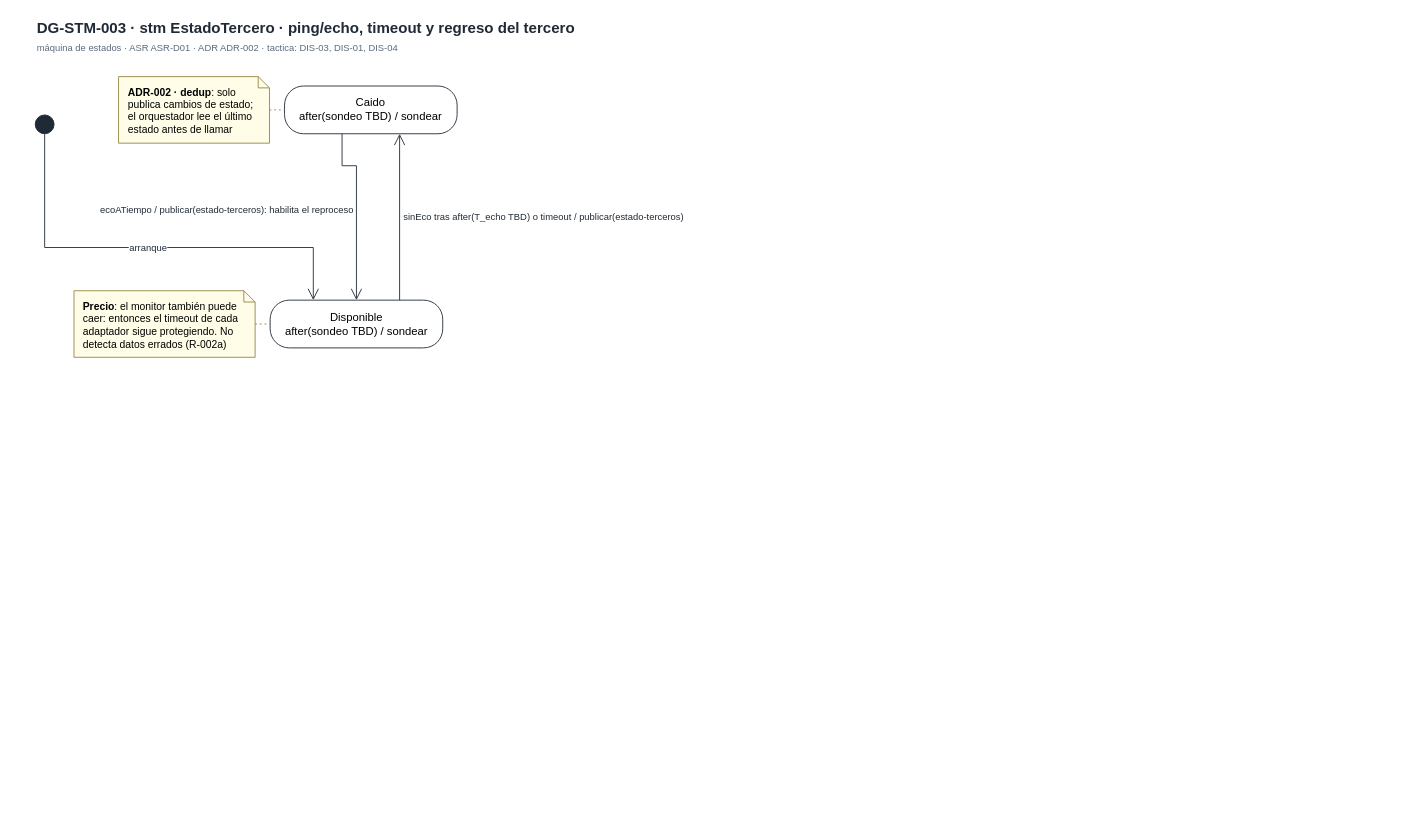
MATI-MBIT/arqsoft-reto-4 keeps this draw.io diagram as page "DG-STM-003 · Estado de un tercero en el monitor" (5 of 5) of docs/modelos/drawio/vista-informacion.drawio. Above is the earlier version. Source tidied: cells renumbered, new cells numbered last; positions are measured from the earlier drawing's top-left corner, leaving out a move shared by most shapes. Both pictures are drawn from the tidied source at 94%, with x=0, y=0 at pixel (35, 16).
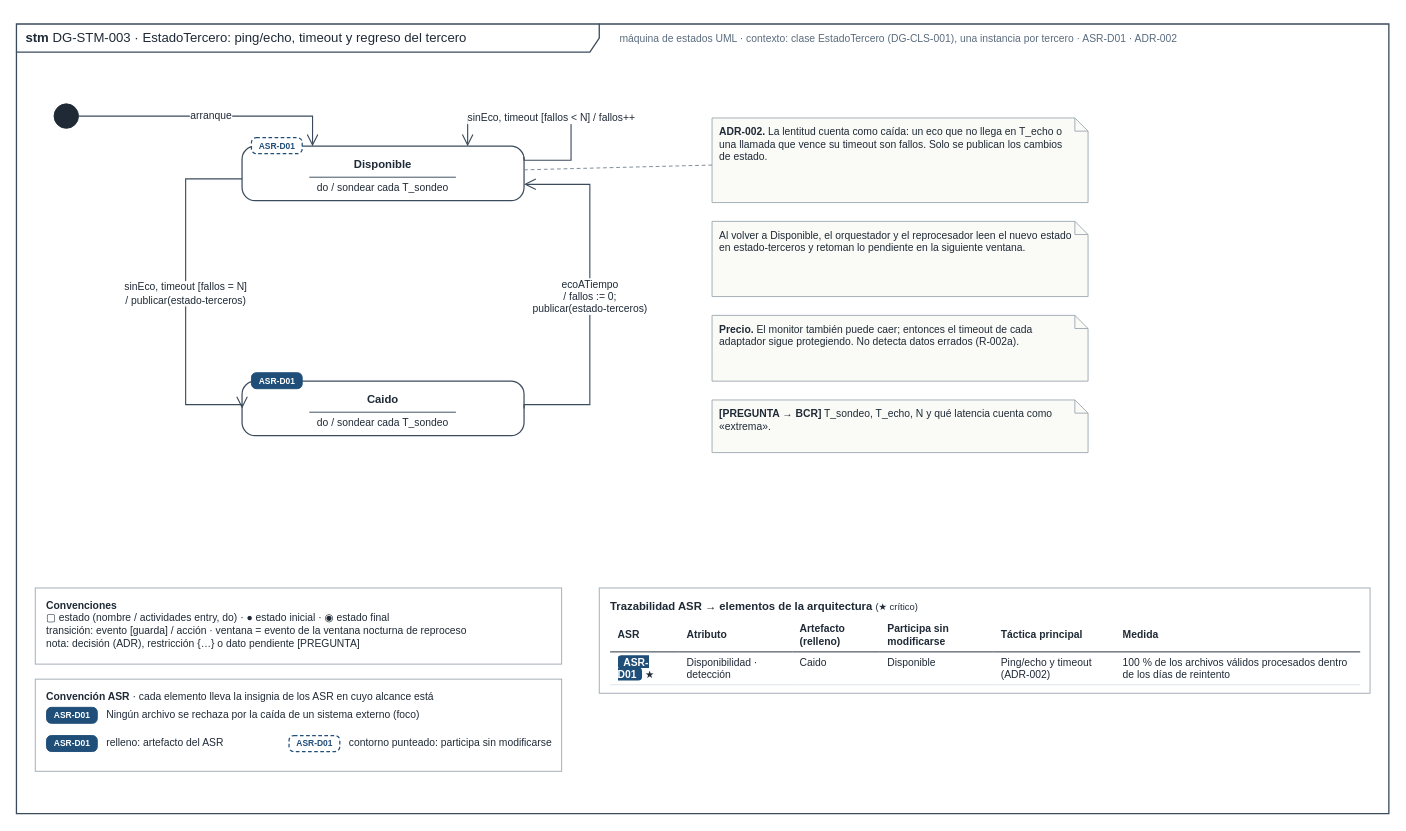
The same diagram, later.

Commit message (it also covers changes not shown here):
Vista de información alineada con DG-CMP-003: modelo canónico, persistencia y máquinas de estado corregidas

Diff of the diagram source:
```diff
@@
-    <mxCell id="2" value="&lt;b&gt;DG-STM-003&lt;/b&gt; · stm EstadoTercero · ping/echo, timeout y regreso del tercero" style="text;html=1;align=left;verticalAlign=middle;fontSize=16;fontStyle=1;fontColor=#1F2A36;" parent="1" vertex="1">
-      <mxGeometry width="607.8" height="24" as="geometry" />
-    </mxCell>
-    <mxCell id="3" value="máquina de estados · ASR ASR-D01 · ADR ADR-002 · tactica: DIS-03, DIS-01, DIS-04" style="text;html=1;align=left;verticalAlign=middle;fontSize=10;fontColor=#5A6B7D;" parent="1" vertex="1">
-      <mxGeometry y="26" width="607.8" height="14" as="geometry" />
-    </mxCell>
-    <mxCell id="4" style="ellipse;html=1;fillColor=#1F2A36;strokeColor=#1F2A36;fila=C9;" parent="1" vertex="1">
-      <mxGeometry y="104.8" width="20" height="20" as="geometry" />
-    </mxCell>
-    <mxCell id="5" value="Disponible&lt;br&gt;after(sondeo TBD) / sondear" style="rounded=1;arcSize=40;whiteSpace=wrap;html=1;fontSize=12;fillColor=#FFFFFF;strokeColor=#2B3642;fila=C4;" parent="1" vertex="1">
-      <mxGeometry x="249.9" y="301.8" width="183.6" height="50.8" as="geometry" />
-    </mxCell>
-    <mxCell id="6" value="Caido&lt;br&gt;after(sondeo TBD) / sondear" style="rounded=1;arcSize=40;whiteSpace=wrap;html=1;fontSize=12;fillColor=#FFFFFF;strokeColor=#2B3642;fila=C4;" parent="1" vertex="1">
-      <mxGeometry x="265.2" y="74" width="183.6" height="50.8" as="geometry" />
-    </mxCell>
-    <mxCell id="7" value="&lt;b&gt;ADR-002 · dedup&lt;/b&gt;: solo&lt;br&gt;publica cambios de estado;&lt;br&gt;el orquestador lee el último&lt;br&gt;estado antes de llamar" style="shape=note;html=1;size=12;fontSize=11;align=left;verticalAlign=top;spacingLeft=8;spacingRight=14;spacingTop=4;fillColor=#FFFDE7;strokeColor=#9A8B4F;fila=C11;" parent="1" vertex="1">
-      <mxGeometry x="88.6" y="64" width="160.6" height="70.8" as="geometry" />
-    </mxCell>
-    <mxCell id="8" value="&lt;b&gt;Precio&lt;/b&gt;: el monitor también puede&lt;br&gt;caer: entonces el timeout de cada&lt;br&gt;adaptador sigue protegiendo. No&lt;br&gt;detecta datos errados (R-002a)" style="shape=note;html=1;size=12;fontSize=11;align=left;verticalAlign=top;spacingLeft=8;spacingRight=14;spacingTop=4;fillColor=#FFFDE7;strokeColor=#9A8B4F;fila=C11;" parent="1" vertex="1">
-      <mxGeometry x="41.2" y="291.8" width="192.7" height="70.8" as="geometry" />
-    </mxCell>
+    <mxCell id="14" value="&lt;b&gt;stm&lt;/b&gt; DG-STM-003 · EstadoTercero: ping/echo, timeout y regreso del tercero" style="shape=umlFrame;whiteSpace=wrap;html=1;width=620;height=30;boundedLbl=1;verticalAlign=middle;align=left;spacingLeft=8;fillColor=#FFFFFF;strokeColor=#3B4B5C;strokeWidth=1.4;fontSize=14;fontFamily=Helvetica;fontColor=#1F2A36;" parent="1" vertex="1">
+      <mxGeometry x="-20" y="8" width="1460" height="840" as="geometry" />
+    </mxCell>
+    <mxCell id="15" value="máquina de estados UML · contexto: clase EstadoTercero (DG-CLS-001), una instancia por tercero · ASR-D01 · ADR-002" style="text;html=1;align=left;verticalAlign=middle;fontSize=11;fontFamily=Helvetica;fontColor=#5A6B7D;" parent="1" vertex="1">
+      <mxGeometry x="620" y="14" width="800" height="20" as="geometry" />
+    </mxCell>
+    <mxCell id="16" style="ellipse;html=1;fillColor=#1F2A36;strokeColor=#1F2A36;" parent="1" vertex="1">
+      <mxGeometry x="20" y="93" width="26" height="26" as="geometry" />
+    </mxCell>
+    <mxCell id="17" value="&lt;b&gt;Disponible&lt;/b&gt;&lt;hr style=&quot;border:none;border-top:1px solid #3B4B5C;margin:6px -8px 4px&quot;&gt;&lt;div style=&quot;text-align:left;font-size:11px&quot;&gt;do / sondear cada T_sondeo&lt;/div&gt;" style="rounded=1;arcSize=24;whiteSpace=wrap;html=1;fillColor=#FFFFFF;strokeColor=#3B4B5C;strokeWidth=1.3;verticalAlign=top;spacingTop=6;spacingLeft=8;spacingRight=8;fontSize=12;fontFamily=Helvetica;fontColor=#1F2A36;" parent="1" vertex="1">
+      <mxGeometry x="220" y="138" width="300" height="58" as="geometry" />
+    </mxCell>
+    <mxCell id="18" value="ASR-D01" style="rounded=1;arcSize=30;html=1;whiteSpace=nowrap;fontStyle=1;fontSize=9;fontFamily=Helvetica;align=center;verticalAlign=middle;spacing=0;fillColor=#FFFFFF;strokeColor=#1F4E79;strokeWidth=1.3;dashed=1;dashPattern=3 2;fontColor=#1F4E79;" parent="17" vertex="1">
+      <mxGeometry x="10" y="-9" width="54" height="17" as="geometry" />
+    </mxCell>
+    <mxCell id="19" value="&lt;b&gt;Caido&lt;/b&gt;&lt;hr style=&quot;border:none;border-top:1px solid #3B4B5C;margin:6px -8px 4px&quot;&gt;&lt;div style=&quot;text-align:left;font-size:11px&quot;&gt;do / sondear cada T_sondeo&lt;/div&gt;" style="rounded=1;arcSize=24;whiteSpace=wrap;html=1;fillColor=#FFFFFF;strokeColor=#3B4B5C;strokeWidth=1.3;verticalAlign=top;spacingTop=6;spacingLeft=8;spacingRight=8;fontSize=12;fontFamily=Helvetica;fontColor=#1F2A36;" parent="1" vertex="1">
+      <mxGeometry x="220" y="388" width="300" height="58" as="geometry" />
+    </mxCell>
+    <mxCell id="20" value="ASR-D01" style="rounded=1;arcSize=30;html=1;whiteSpace=nowrap;fontStyle=1;fontSize=9;fontFamily=Helvetica;align=center;verticalAlign=middle;spacing=0;fillColor=#1F4E79;strokeColor=#1F4E79;fontColor=#FFFFFF;" parent="19" vertex="1">
+      <mxGeometry x="10" y="-9" width="54" height="17" as="geometry" />
+    </mxCell>
-    <mxCell id="9" value="arranque" style="endArrow=open;endSize=10;html=1;rounded=0;fontSize=10;labelBackgroundColor=#FFFFFF;strokeColor=#2B3642;fontColor=#1F2A36;" parent="1" edge="1" source="4" target="5">
+    <mxCell id="9" value="arranque" style="endArrow=open;endSize=10;html=1;rounded=0;edgeStyle=orthogonalEdgeStyle;strokeColor=#3B4B5C;strokeWidth=1.2;fontSize=11;labelBackgroundColor=#FFFFFF;jumpStyle=arc;jumpSize=8;fontFamily=Helvetica;fontColor=#1F2A36;exitX=1;exitY=0.5;entryX=0.25;entryY=0;" parent="1" edge="1" source="16" target="17">
       <mxGeometry relative="1" as="geometry">
         <Array as="points">
-          <mxPoint x="10" y="124.8" />
-          <mxPoint x="10" y="245.8" />
-          <mxPoint x="295.8" y="245.8" />
-          <mxPoint x="295.8" y="301.8" />
+          <mxPoint x="295" y="106" />
         </Array>
       </mxGeometry>
     </mxCell>
-    <mxCell id="10" value="sinEco tras after(T_echo TBD) o timeout / publicar(estado-terceros)" style="endArrow=open;endSize=10;html=1;rounded=0;fontSize=10;labelBackgroundColor=#FFFFFF;strokeColor=#2B3642;fontColor=#1F2A36;align=left;" parent="1" edge="1" source="5" target="6">
-      <mxGeometry relative="1" as="geometry">
-        <Array as="points">
-          <mxPoint x="387.6" y="301.8" />
-          <mxPoint x="387.6" y="124.8" />
-        </Array>
-        <mxPoint x="2" as="offset" />
-      </mxGeometry>
-    </mxCell>
-    <mxCell id="11" value="ecoATiempo / publicar(estado-terceros): habilita el reproceso" style="endArrow=open;endSize=10;html=1;rounded=0;fontSize=10;labelBackgroundColor=#FFFFFF;strokeColor=#2B3642;fontColor=#1F2A36;align=right;" parent="1" edge="1" source="6" target="5">
-      <mxGeometry relative="1" as="geometry">
-        <Array as="points">
-          <mxPoint x="326.4" y="124.8" />
-          <mxPoint x="326.4" y="158.8" />
-          <mxPoint x="341.7" y="158.8" />
-          <mxPoint x="341.7" y="301.8" />
-        </Array>
-        <mxPoint x="-2" as="offset" />
-      </mxGeometry>
-    </mxCell>
-    <mxCell id="12" style="endArrow=none;dashed=1;html=1;strokeColor=#9A8B4F;dashPattern=2 3;" parent="1" edge="1" source="7" target="6">
-      <mxGeometry relative="1" as="geometry">
-        <Array as="points">
-          <mxPoint x="249.2" y="99.4" />
-          <mxPoint x="265.2" y="99.4" />
-        </Array>
-      </mxGeometry>
-    </mxCell>
-    <mxCell id="13" style="endArrow=none;dashed=1;html=1;strokeColor=#9A8B4F;dashPattern=2 3;" parent="1" edge="1" source="8" target="5">
-      <mxGeometry relative="1" as="geometry">
-        <Array as="points">
-          <mxPoint x="233.9" y="327.2" />
-          <mxPoint x="249.9" y="327.2" />
-        </Array>
-      </mxGeometry>
-    </mxCell>
+    <mxCell id="21" value="sinEco, timeout [fallos &amp;lt; N] / fallos++" style="endArrow=open;endSize=10;html=1;rounded=0;edgeStyle=orthogonalEdgeStyle;strokeColor=#3B4B5C;strokeWidth=1.2;fontSize=11;labelBackgroundColor=#FFFFFF;jumpStyle=arc;jumpSize=8;fontFamily=Helvetica;fontColor=#1F2A36;exitX=1;exitY=0.2;entryX=0.8;entryY=0;html=1;" parent="1" edge="1" source="17" target="17">
+      <mxGeometry relative="1" as="geometry">
+        <Array as="points">
+          <mxPoint x="570" y="153" />
+          <mxPoint x="570" y="108" />
+          <mxPoint x="460" y="108" />
+        </Array>
+      </mxGeometry>
+    </mxCell>
+    <mxCell id="22" value="sinEco, timeout [fallos = N]&lt;br&gt;/ publicar(estado-terceros)" style="endArrow=open;endSize=10;html=1;rounded=0;edgeStyle=orthogonalEdgeStyle;strokeColor=#3B4B5C;strokeWidth=1.2;fontSize=11;labelBackgroundColor=#FFFFFF;jumpStyle=arc;jumpSize=8;fontFamily=Helvetica;fontColor=#1F2A36;exitX=0;exitY=0.6;entryX=0;entryY=0.5;html=1;" parent="1" edge="1" source="17" target="19">
+      <mxGeometry relative="1" as="geometry">
+        <Array as="points">
+          <mxPoint x="160" y="172" />
+          <mxPoint x="160" y="413" />
+        </Array>
+      </mxGeometry>
+    </mxCell>
+    <mxCell id="23" value="ecoATiempo&lt;br&gt;/ fallos := 0;&lt;br&gt;publicar(estado-terceros)" style="endArrow=open;endSize=10;html=1;rounded=0;edgeStyle=orthogonalEdgeStyle;strokeColor=#3B4B5C;strokeWidth=1.2;fontSize=11;labelBackgroundColor=#FFFFFF;jumpStyle=arc;jumpSize=8;fontFamily=Helvetica;fontColor=#1F2A36;exitX=1;exitY=0.5;entryX=1;entryY=0.7;html=1;" parent="1" edge="1" source="19" target="17">
+      <mxGeometry relative="1" as="geometry">
+        <Array as="points">
+          <mxPoint x="590" y="413" />
+          <mxPoint x="590" y="178" />
+        </Array>
+      </mxGeometry>
+    </mxCell>
+    <mxCell id="24" value="&lt;b&gt;ADR-002.&lt;/b&gt; La lentitud cuenta como caída: un eco que no llega en T_echo o una llamada que vence su timeout son fallos. Solo se publican los cambios de estado." style="shape=note;whiteSpace=wrap;html=1;backgroundOutline=1;size=14;fillColor=#FAFAF7;strokeColor=#A0AAB4;align=left;verticalAlign=top;spacingLeft=6;spacingRight=12;spacingTop=2;fontSize=11;fontFamily=Helvetica;fontColor=#1F2A36;" parent="1" vertex="1">
+      <mxGeometry x="720" y="108" width="400" height="90" as="geometry" />
+    </mxCell>
+    <mxCell id="25" style="endArrow=none;dashed=1;dashPattern=4 3;strokeColor=#7A8794;html=1;rounded=0;" parent="1" edge="1" source="24" target="17">
+      <mxGeometry relative="1" as="geometry" />
+    </mxCell>
+    <mxCell id="26" value="Al volver a Disponible, el orquestador y el reprocesador leen el nuevo estado en estado-terceros y retoman lo pendiente en la siguiente ventana." style="shape=note;whiteSpace=wrap;html=1;backgroundOutline=1;size=14;fillColor=#FAFAF7;strokeColor=#A0AAB4;align=left;verticalAlign=top;spacingLeft=6;spacingRight=12;spacingTop=2;fontSize=11;fontFamily=Helvetica;fontColor=#1F2A36;" parent="1" vertex="1">
+      <mxGeometry x="720" y="218" width="400" height="80" as="geometry" />
+    </mxCell>
+    <mxCell id="27" value="&lt;b&gt;Precio.&lt;/b&gt; El monitor también puede caer; entonces el timeout de cada adaptador sigue protegiendo. No detecta datos errados (R-002a)." style="shape=note;whiteSpace=wrap;html=1;backgroundOutline=1;size=14;fillColor=#FAFAF7;strokeColor=#A0AAB4;align=left;verticalAlign=top;spacingLeft=6;spacingRight=12;spacingTop=2;fontSize=11;fontFamily=Helvetica;fontColor=#1F2A36;" parent="1" vertex="1">
+      <mxGeometry x="720" y="318" width="400" height="70" as="geometry" />
+    </mxCell>
+    <mxCell id="28" value="&lt;b&gt;[PREGUNTA → BCR]&lt;/b&gt; T_sondeo, T_echo, N y qué latencia cuenta como «extrema»." style="shape=note;whiteSpace=wrap;html=1;backgroundOutline=1;size=14;fillColor=#FAFAF7;strokeColor=#A0AAB4;align=left;verticalAlign=top;spacingLeft=6;spacingRight=12;spacingTop=2;fontSize=11;fontFamily=Helvetica;fontColor=#1F2A36;" parent="1" vertex="1">
+      <mxGeometry x="720" y="408" width="400" height="56" as="geometry" />
+    </mxCell>
+    <mxCell id="29" value="&lt;b&gt;Convenciones&lt;/b&gt;&lt;br&gt;▢ estado (nombre / actividades entry, do) · ● estado inicial · ◉ estado final&lt;br&gt;transición: evento [guarda] / acción · ventana = evento de la ventana nocturna de reproceso&lt;br&gt;nota: decisión (ADR), restricción {…} o dato pendiente [PREGUNTA]" style="rounded=0;whiteSpace=wrap;html=1;align=left;verticalAlign=top;spacingLeft=10;spacingTop=6;fillColor=#FFFFFF;strokeColor=#A0AAB4;fontSize=11;fontFamily=Helvetica;fontColor=#1F2A36;" parent="1" vertex="1">
+      <mxGeometry y="608" width="560" height="81" as="geometry" />
+    </mxCell>
+    <mxCell id="30" value="&lt;b&gt;Convención ASR&lt;/b&gt; · cada elemento lleva la insignia de los ASR en cuyo alcance está" style="rounded=0;whiteSpace=wrap;html=1;align=left;verticalAlign=top;spacingLeft=10;spacingTop=6;fillColor=#FFFFFF;strokeColor=#A0AAB4;fontSize=11;fontFamily=Helvetica;fontColor=#1F2A36;" parent="1" vertex="1">
+      <mxGeometry y="705" width="560" height="98" as="geometry" />
+    </mxCell>
+    <mxCell id="31" value="ASR-D01" style="rounded=1;arcSize=30;html=1;whiteSpace=nowrap;fontStyle=1;fontSize=9;fontFamily=Helvetica;align=center;verticalAlign=middle;spacing=0;fillColor=#1F4E79;strokeColor=#1F4E79;fontColor=#FFFFFF;" parent="1" vertex="1">
+      <mxGeometry x="12" y="735" width="54" height="17" as="geometry" />
+    </mxCell>
+    <mxCell id="32" value="Ningún archivo se rechaza por la caída de un sistema externo (foco)" style="text;html=1;align=left;verticalAlign=middle;fontSize=11;fontFamily=Helvetica;fontColor=#1F2A36;" parent="1" vertex="1">
+      <mxGeometry x="74" y="733" width="470" height="20" as="geometry" />
+    </mxCell>
+    <mxCell id="33" value="ASR-D01" style="rounded=1;arcSize=30;html=1;whiteSpace=nowrap;fontStyle=1;fontSize=9;fontFamily=Helvetica;align=center;verticalAlign=middle;spacing=0;fillColor=#1F4E79;strokeColor=#1F4E79;fontColor=#FFFFFF;" parent="1" vertex="1">
+      <mxGeometry x="12" y="765" width="54" height="17" as="geometry" />
+    </mxCell>
+    <mxCell id="34" value="relleno: artefacto del ASR" style="text;html=1;align=left;verticalAlign=middle;fontSize=11;fontFamily=Helvetica;fontColor=#1F2A36;" parent="1" vertex="1">
+      <mxGeometry x="74" y="763" width="180" height="20" as="geometry" />
+    </mxCell>
+    <mxCell id="35" value="ASR-D01" style="rounded=1;arcSize=30;html=1;whiteSpace=nowrap;fontStyle=1;fontSize=9;fontFamily=Helvetica;align=center;verticalAlign=middle;spacing=0;fillColor=#FFFFFF;strokeColor=#1F4E79;strokeWidth=1.3;dashed=1;dashPattern=3 2;fontColor=#1F4E79;" parent="1" vertex="1">
+      <mxGeometry x="270" y="765" width="54" height="17" as="geometry" />
+    </mxCell>
+    <mxCell id="36" value="contorno punteado: participa sin modificarse" style="text;html=1;align=left;verticalAlign=middle;fontSize=11;fontFamily=Helvetica;fontColor=#1F2A36;" parent="1" vertex="1">
+      <mxGeometry x="332" y="763" width="230" height="20" as="geometry" />
+    </mxCell>
+    <mxCell id="37" value="&lt;b&gt;Trazabilidad ASR → elementos de la arquitectura&lt;/b&gt; &lt;font style=&quot;font-size:10px&quot;&gt;(★ crítico)&lt;/font&gt;&lt;table style=&quot;border-collapse:collapse;font-size:11px;margin-top:6px;width:100%&quot;&gt;&lt;tr&gt;&lt;th style=&quot;border-bottom:1px solid #1F2A36;padding:4px 8px;text-align:left&quot;&gt;ASR&lt;/th&gt;&lt;th style=&quot;border-bottom:1px solid #1F2A36;padding:4px 8px;text-align:left&quot;&gt;Atributo&lt;/th&gt;&lt;th style=&quot;border-bottom:1px solid #1F2A36;padding:4px 8px;text-align:left&quot;&gt;Artefacto (relleno)&lt;/th&gt;&lt;th style=&quot;border-bottom:1px solid #1F2A36;padding:4px 8px;text-align:left&quot;&gt;Participa sin modificarse&lt;/th&gt;&lt;th style=&quot;border-bottom:1px solid #1F2A36;padding:4px 8px;text-align:left&quot;&gt;Táctica principal&lt;/th&gt;&lt;th style=&quot;border-bottom:1px solid #1F2A36;padding:4px 8px;text-align:left&quot;&gt;Medida&lt;/th&gt;&lt;/tr&gt;&lt;tr&gt;&lt;td style=&quot;border-bottom:1px solid #DDE2E7;padding:4px 8px;vertical-align:top&quot;&gt;&lt;span style=&quot;background:#1F4E79;color:#FFFFFF;font-weight:bold;padding:1px 6px;border-radius:4px&quot;&gt;ASR-D01&lt;/span&gt; ★&lt;/td&gt;&lt;td style=&quot;border-bottom:1px solid #DDE2E7;padding:4px 8px;vertical-align:top&quot;&gt;Disponibilidad · detección&lt;/td&gt;&lt;td style=&quot;border-bottom:1px solid #DDE2E7;padding:4px 8px;vertical-align:top&quot;&gt;Caido&lt;/td&gt;&lt;td style=&quot;border-bottom:1px solid #DDE2E7;padding:4px 8px;vertical-align:top&quot;&gt;Disponible&lt;/td&gt;&lt;td style=&quot;border-bottom:1px solid #DDE2E7;padding:4px 8px;vertical-align:top&quot;&gt;Ping/echo y timeout (ADR-002)&lt;/td&gt;&lt;td style=&quot;border-bottom:1px solid #DDE2E7;padding:4px 8px;vertical-align:top&quot;&gt;100 % de los archivos válidos procesados dentro de los días de reintento&lt;/td&gt;&lt;/tr&gt;&lt;/table&gt;" style="rounded=0;whiteSpace=wrap;html=1;align=left;verticalAlign=top;spacingLeft=10;spacingTop=6;spacingRight=10;fillColor=#FFFFFF;strokeColor=#A0AAB4;fontSize=12;fontFamily=Helvetica;fontColor=#1F2A36;" parent="1" vertex="1">
+      <mxGeometry x="600" y="608" width="820" height="112" as="geometry" />
+    </mxCell>
```
